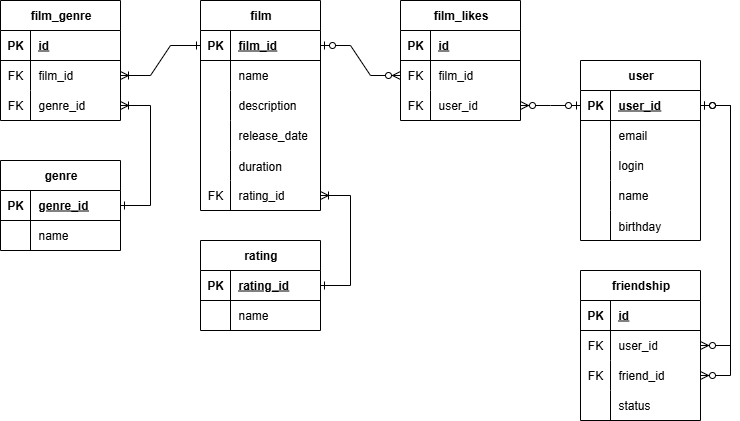
Above: database-diagram.png in loginov-dv/java-filmorate (draw.io), before the change. Source tidied: cells renumbered, new cells last; positions are measured from the earlier drawing's top-left corner, leaving out a move shared by most shapes.
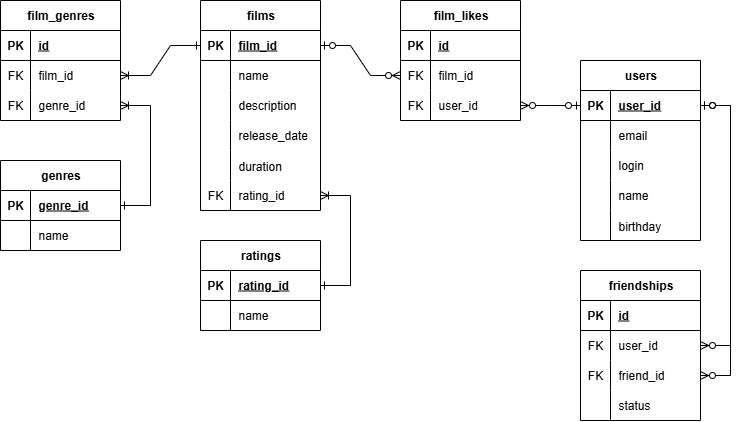
The same file after the commit.

Commit message:
fix: скорректировать наименования таблиц в диаграмме БД

Change to the diagram source:
```diff
@@ -2,7 +2,7 @@
   <root>
     <mxCell id="0" />
     <mxCell id="1" parent="0" />
-    <mxCell id="2" value="film" style="shape=table;startSize=30;rowLines=0;fontStyle=1;align=center;html=1;" parent="1" vertex="1">
+    <mxCell id="2" value="films" style="shape=table;startSize=30;rowLines=0;fontStyle=1;align=center;html=1;" parent="1" vertex="1">
       <mxGeometry x="200" width="120" height="210" as="geometry" />
     </mxCell>
     <mxCell id="3" style="shape=tableRow;horizontal=0;startSize=0;swimlaneHead=0;swimlaneBody=0;fillColor=none;points=[[0,0.5],[1,0.5]];portConstraint=eastwest;top=0;left=0;right=0;bottom=1;" parent="2" vertex="1">
@@ -59,7 +59,7 @@
     <mxCell id="20" value="rating_id" style="shape=partialRectangle;fillColor=none;top=0;left=0;bottom=0;right=0;align=left;spacingLeft=6;fontStyle=0;overflow=hidden;whiteSpace=wrap;html=1;" parent="18" vertex="1">
       <mxGeometry x="30" width="90" height="30" as="geometry" />
     </mxCell>
-    <mxCell id="21" value="user" style="shape=table;startSize=30;rowLines=0;fontStyle=1;align=center;html=1;" parent="1" vertex="1">
+    <mxCell id="21" value="users" style="shape=table;startSize=30;rowLines=0;fontStyle=1;align=center;html=1;" parent="1" vertex="1">
       <mxGeometry x="580" y="60" width="120" height="180" as="geometry" />
     </mxCell>
     <mxCell id="22" style="shape=tableRow;horizontal=0;startSize=0;swimlaneHead=0;swimlaneBody=0;fillColor=none;points=[[0,0.5],[1,0.5]];portConstraint=eastwest;top=0;left=0;right=0;bottom=1;" parent="21" vertex="1">
@@ -154,7 +154,7 @@
         </Array>
       </mxGeometry>
     </mxCell>
-    <mxCell id="49" value="genre" style="shape=table;startSize=30;rowLines=0;fontStyle=1;align=center;html=1;" parent="1" vertex="1">
+    <mxCell id="49" value="genres" style="shape=table;startSize=30;rowLines=0;fontStyle=1;align=center;html=1;" parent="1" vertex="1">
       <mxGeometry y="160" width="120" height="90" as="geometry" />
     </mxCell>
     <mxCell id="50" style="shape=tableRow;horizontal=0;startSize=0;swimlaneHead=0;swimlaneBody=0;fillColor=none;points=[[0,0.5],[1,0.5]];portConstraint=eastwest;top=0;left=0;right=0;bottom=1;" parent="49" vertex="1">
@@ -175,7 +175,7 @@
     <mxCell id="55" value="name" style="shape=partialRectangle;fillColor=none;top=0;left=0;bottom=0;right=0;align=left;spacingLeft=6;overflow=hidden;whiteSpace=wrap;html=1;" parent="53" vertex="1">
       <mxGeometry x="30" width="90" height="30" as="geometry" />
     </mxCell>
-    <mxCell id="56" value="film_genre" style="shape=table;startSize=30;rowLines=0;fontStyle=1;align=center;html=1;" parent="1" vertex="1">
+    <mxCell id="56" value="film_genres" style="shape=table;startSize=30;rowLines=0;fontStyle=1;align=center;html=1;" parent="1" vertex="1">
       <mxGeometry width="120" height="120" as="geometry" />
     </mxCell>
     <mxCell id="57" style="shape=tableRow;horizontal=0;startSize=0;swimlaneHead=0;swimlaneBody=0;fillColor=none;top=0;left=0;right=0;bottom=1;" parent="56" vertex="1">
@@ -216,7 +216,7 @@
     <mxCell id="67" style="edgeStyle=entityRelationEdgeStyle;fontSize=12;html=1;endArrow=ERoneToMany;endFill=0;rounded=0;startArrow=ERone;startFill=0;" parent="1" edge="1" source="50" target="63">
       <mxGeometry relative="1" as="geometry" />
     </mxCell>
-    <mxCell id="68" value="rating" style="shape=table;startSize=30;rowLines=0;fontStyle=1;align=center;html=1;" parent="1" vertex="1">
+    <mxCell id="68" value="ratings" style="shape=table;startSize=30;rowLines=0;fontStyle=1;align=center;html=1;" parent="1" vertex="1">
       <mxGeometry x="200" y="240" width="120" height="90" as="geometry" />
     </mxCell>
     <mxCell id="69" style="shape=tableRow;horizontal=0;startSize=0;swimlaneHead=0;swimlaneBody=0;fillColor=none;points=[[0,0.5],[1,0.5]];portConstraint=eastwest;top=0;left=0;right=0;bottom=1;" parent="68" vertex="1">
@@ -240,7 +240,7 @@
     <mxCell id="75" style="edgeStyle=entityRelationEdgeStyle;fontSize=12;html=1;endArrow=ERoneToMany;rounded=0;startArrow=ERone;startFill=0;" parent="1" edge="1" source="69" target="18">
       <mxGeometry relative="1" as="geometry" />
     </mxCell>
-    <mxCell id="76" value="friendship" style="shape=table;startSize=30;rowLines=0;fontStyle=1;align=center;html=1;" parent="1" vertex="1">
+    <mxCell id="76" value="friendships" style="shape=table;startSize=30;rowLines=0;fontStyle=1;align=center;html=1;" parent="1" vertex="1">
       <mxGeometry x="580" y="270" width="120" height="150" as="geometry" />
     </mxCell>
     <mxCell id="77" style="shape=tableRow;horizontal=0;startSize=0;swimlaneHead=0;swimlaneBody=0;fillColor=none;top=0;left=0;right=0;bottom=1;" parent="76" vertex="1">
```
